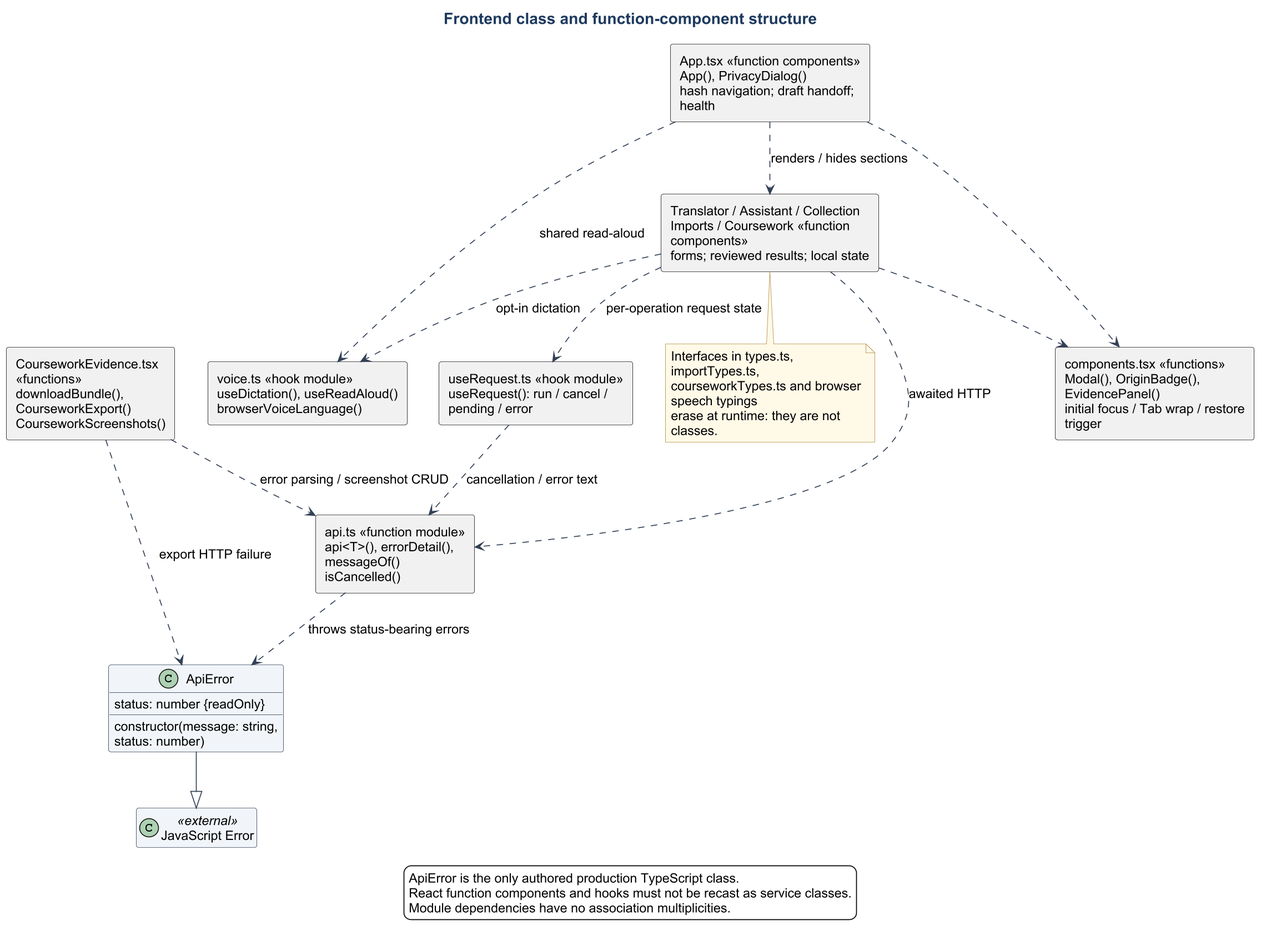
This is docs/diagrams/class-frontend.png from Suraku237/francanglaiscompiler, a PlantUML export, as it was before one commit. Source of this version:
```plantuml
@startuml
!include theme.iuml
allowmixing
title Frontend class and function-component structure
hide empty members
class ApiError {
  status: number {readOnly}
  constructor(message: string, status: number)
}
class "JavaScript Error" as Error <<external>>
rectangle "api.ts <<function module>>\napi<T>(), errorDetail(), messageOf()\nisCancelled()" as API
rectangle "useRequest.ts <<hook module>>\nuseRequest(): run / cancel / pending / error" as Request
rectangle "App.tsx <<function components>>\nApp(), PrivacyDialog()\nhash navigation; draft handoff; health" as App
rectangle "Translator / Assistant / Collection\nImports / Coursework <<function components>>\nforms; reviewed results; local state" as Pages
rectangle "CourseworkEvidence.tsx <<functions>>\ndownloadBundle(), CourseworkExport()\nCourseworkScreenshots()" as Evidence
rectangle "voice.ts <<hook module>>\nuseDictation(), useReadAloud()\nbrowserVoiceLanguage()" as Voice
rectangle "components.tsx <<functions>>\nModal(), OriginBadge(), EvidencePanel()\ninitial focus / Tab wrap / restore trigger" as Components
ApiError --|> Error
API ..> ApiError : throws status-bearing errors
Request ..> API : cancellation / error text
Pages ..> Request : per-operation request state
Pages ..> API : awaited HTTP
App ..> Pages : renders / hides sections
App ..> Voice : shared read-aloud
App ..> Components
Pages ..> Components
Pages ..> Voice : opt-in dictation
Evidence ..> API : error parsing / screenshot CRUD
Evidence ..> ApiError : export HTTP failure
note bottom of Pages
  Interfaces in types.ts, importTypes.ts,
  courseworkTypes.ts and browser speech typings
  erase at runtime: they are not classes.
end note
legend bottom
  ApiError is the only authored production TypeScript class.
  React function components and hooks must not be recast as service classes.
  Module dependencies have no association multiplicities.
endlegend
@enduml
```
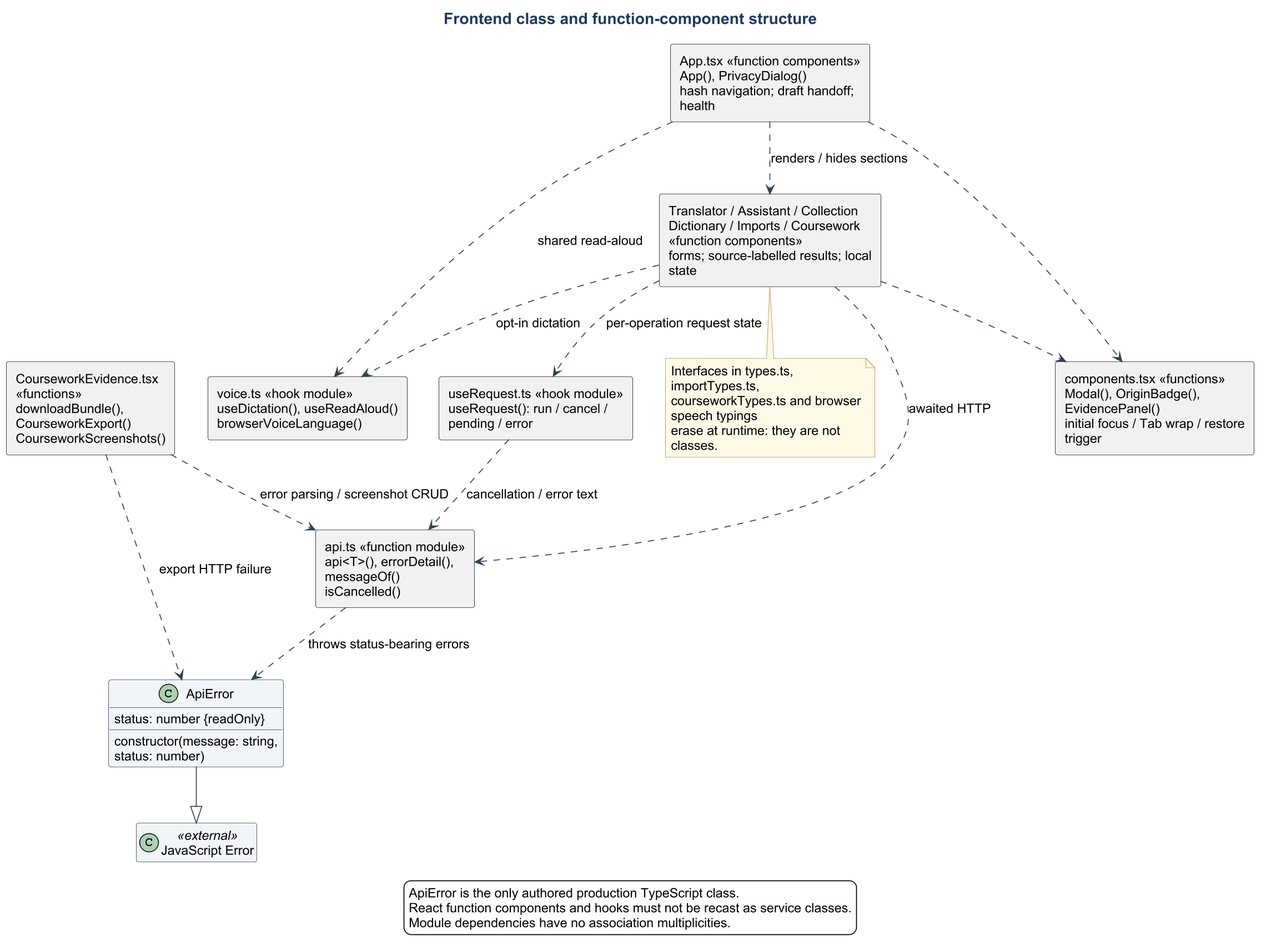
Above is the later version.

The edit, as a diff of the source:
```diff
@@ -11,7 +11,7 @@
 rectangle "api.ts <<function module>>\napi<T>(), errorDetail(), messageOf()\nisCancelled()" as API
 rectangle "useRequest.ts <<hook module>>\nuseRequest(): run / cancel / pending / error" as Request
 rectangle "App.tsx <<function components>>\nApp(), PrivacyDialog()\nhash navigation; draft handoff; health" as App
-rectangle "Translator / Assistant / Collection\nImports / Coursework <<function components>>\nforms; reviewed results; local state" as Pages
+rectangle "Translator / Assistant / Collection\nDictionary / Imports / Coursework <<function components>>\nforms; source-labelled results; local state" as Pages
 rectangle "CourseworkEvidence.tsx <<functions>>\ndownloadBundle(), CourseworkExport()\nCourseworkScreenshots()" as Evidence
 rectangle "voice.ts <<hook module>>\nuseDictation(), useReadAloud()\nbrowserVoiceLanguage()" as Voice
 rectangle "components.tsx <<functions>>\nModal(), OriginBadge(), EvidencePanel()\ninitial focus / Tab wrap / restore trigger" as Components
```
